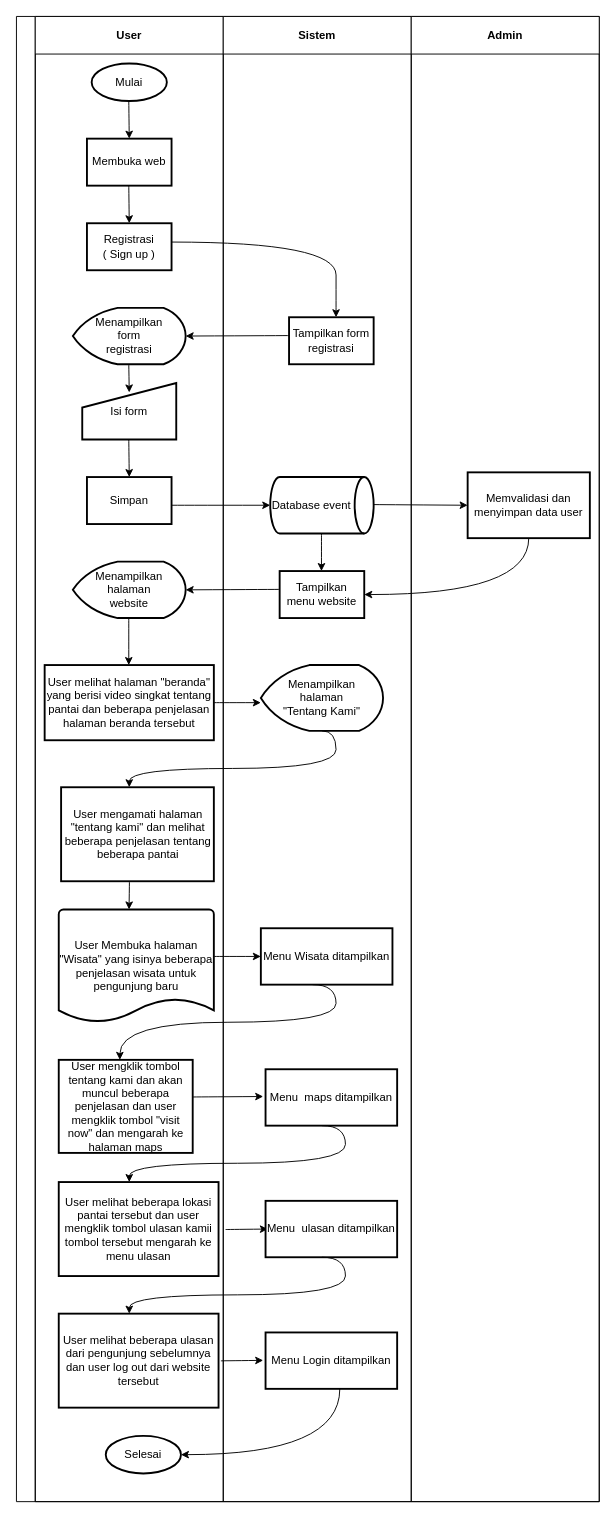
Before: page "Page-65" (2 of 64) of Untitled Diagram.drawio in Jeremia0910/SJSI, a draw.io diagram. Source tidied: cells renumbered, new cells numbered last; positions are measured from the earlier drawing's top-left corner, leaving out a move shared by most shapes. Both pictures are drawn from the tidied source at 94%, with x=0, y=0 at pixel (16, 16).
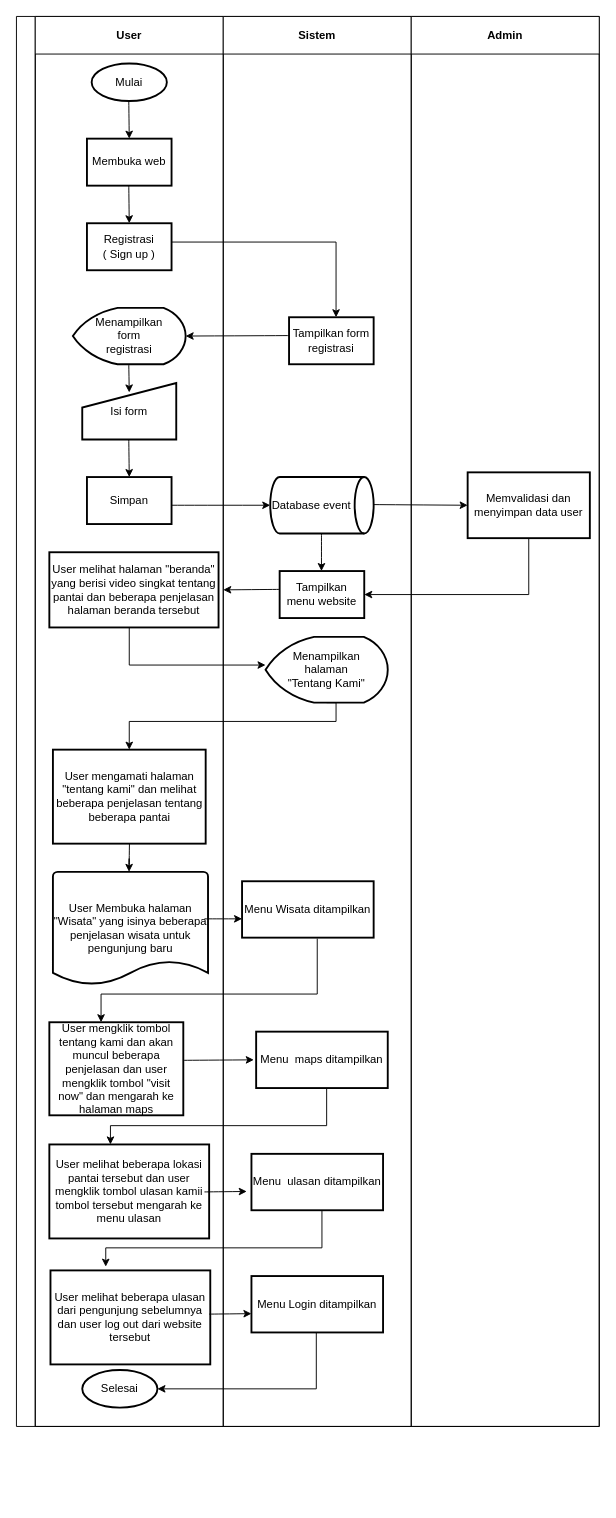
The same diagram, later.

The change refers to these unchanged cells:
```xml
<mxCell id="33" value="&lt;div&gt;Tampilkan &lt;br&gt;&lt;/div&gt;&lt;div&gt;menu website&lt;br&gt;&lt;/div&gt;" style="rounded=0;whiteSpace=wrap;html=1;absoluteArcSize=1;arcSize=0;strokeWidth=2;" parent="27" vertex="1">
  <mxGeometry x="60" y="590" width="90" height="50" as="geometry" />
</mxCell>
```

Change to the diagram source:
```diff
@@
     <mxCell id="2" style="swimlane;startSize=20;horizontal=0;rounded=0;" parent="1" vertex="1">
-      <mxGeometry width="620" height="1580" as="geometry" />
+      <mxGeometry width="620" height="1500" as="geometry" />
     </mxCell>
     <mxCell id="3" value="User" style="swimlane;startSize=40;rounded=0;arcSize=3;" parent="2" vertex="1">
-      <mxGeometry x="20" width="200" height="1580" as="geometry" />
+      <mxGeometry x="20" width="200" height="1500" as="geometry" />
     </mxCell>
@@
     <mxCell id="14" style="elbow=horizontal;endArrow=classic;html=1;rounded=0;curved=1;" parent="3" edge="1">
       <mxGeometry relative="1" as="geometry">
         <mxPoint x="260" y="609.5" as="sourcePoint" />
-        <mxPoint x="160" y="610" as="targetPoint" />
+        <mxPoint x="200" y="610" as="targetPoint" />
       </mxGeometry>
     </mxCell>
-    <mxCell id="15" value="&lt;div&gt;Menampilkan&lt;/div&gt;&lt;div&gt;halaman&lt;/div&gt;&lt;div&gt;website&lt;br&gt;&lt;/div&gt;" style="strokeWidth=2;html=1;shape=mxgraph.flowchart.display;whiteSpace=wrap;rounded=0;" parent="3" vertex="1">
-      <mxGeometry x="40" y="580" width="120" height="60" as="geometry" />
-    </mxCell>
-    <mxCell id="16" style="elbow=horizontal;endArrow=classic;html=1;rounded=0;curved=1;" parent="3" edge="1">
-      <mxGeometry relative="1" as="geometry">
-        <mxPoint x="99.5" y="640" as="sourcePoint" />
-        <mxPoint x="99.5" y="690" as="targetPoint" />
-      </mxGeometry>
-    </mxCell>
     <mxCell id="17" value="User melihat halaman &quot;beranda&quot; yang berisi video singkat tentang pantai dan beberapa penjelasan halaman beranda tersebut" style="rounded=0;whiteSpace=wrap;html=1;absoluteArcSize=1;arcSize=0;strokeWidth=2;" parent="3" vertex="1">
-      <mxGeometry x="10" y="690" width="180" height="80" as="geometry" />
+      <mxGeometry x="15" y="570" width="180" height="80" as="geometry" />
     </mxCell>
     <mxCell id="18" value="User mengamati halaman &quot;tentang kami&quot; dan melihat beberapa penjelasan tentang beberapa pantai" style="rounded=0;whiteSpace=wrap;html=1;absoluteArcSize=1;arcSize=0;strokeWidth=2;" parent="3" vertex="1">
-      <mxGeometry x="27.5" y="820" width="162.5" height="100" as="geometry" />
+      <mxGeometry x="18.8" y="780" width="162.5" height="100" as="geometry" />
     </mxCell>
     <mxCell id="19" style="elbow=horizontal;endArrow=classic;html=1;rounded=0;curved=1;" parent="3" edge="1">
       <mxGeometry relative="1" as="geometry">
-        <mxPoint x="100.2" y="920" as="sourcePoint" />
-        <mxPoint x="99.8" y="950" as="targetPoint" />
+        <mxPoint x="100.2" y="880" as="sourcePoint" />
+        <mxPoint x="99.8" y="910" as="targetPoint" />
         <Array as="points">
-          <mxPoint x="99.8" y="950" />
+          <mxPoint x="99.8" y="910" />
+          <mxPoint x="100" y="890" />
         </Array>
       </mxGeometry>
     </mxCell>
     <mxCell id="20" value="User Membuka halaman &quot;Wisata&quot; yang isinya beberapa penjelasan wisata untuk pengunjung baru" style="strokeWidth=2;html=1;shape=mxgraph.flowchart.document2;whiteSpace=wrap;size=0.21;rounded=0;" parent="3" vertex="1">
-      <mxGeometry x="25" y="950" width="165" height="120" as="geometry" />
+      <mxGeometry x="18.8" y="910" width="165" height="120" as="geometry" />
     </mxCell>
     <mxCell id="21" value="User mengklik tombol tentang kami dan akan muncul beberapa penjelasan dan user mengklik tombol &quot;visit now&quot; dan mengarah ke halaman maps" style="rounded=0;whiteSpace=wrap;html=1;absoluteArcSize=1;arcSize=0;strokeWidth=2;" parent="3" vertex="1">
-      <mxGeometry x="25" y="1110" width="142.5" height="99" as="geometry" />
+      <mxGeometry x="15" y="1070" width="142.5" height="99" as="geometry" />
     </mxCell>
     <mxCell id="22" style="elbow=horizontal;endArrow=classic;html=1;rounded=0;curved=1;entryX=0;entryY=0.5;entryDx=0;entryDy=0;" parent="3" edge="1">
       <mxGeometry relative="1" as="geometry">
-        <mxPoint x="167.5" y="1149.5" as="sourcePoint" />
-        <mxPoint x="242.5" y="1149" as="targetPoint" />
+        <mxPoint x="157.5" y="1110.5" as="sourcePoint" />
+        <mxPoint x="232.5" y="1110" as="targetPoint" />
       </mxGeometry>
     </mxCell>
-    <mxCell id="23" style="elbow=horizontal;endArrow=classic;html=1;rounded=0;curved=1;" parent="3" edge="1">
-      <mxGeometry relative="1" as="geometry">
-        <mxPoint x="202.5" y="1290.5" as="sourcePoint" />
-        <mxPoint x="247.5" y="1290" as="targetPoint" />
-      </mxGeometry>
-    </mxCell>
     <mxCell id="24" value="User melihat beberapa lokasi pantai tersebut dan user mengklik tombol ulasan kamii tombol tersebut mengarah ke menu ulasan" style="rounded=0;whiteSpace=wrap;html=1;absoluteArcSize=1;arcSize=0;strokeWidth=2;" parent="3" vertex="1">
-      <mxGeometry x="25" y="1240" width="170" height="100" as="geometry" />
+      <mxGeometry x="15" y="1200" width="170" height="100" as="geometry" />
     </mxCell>
-    <mxCell id="25" style="elbow=horizontal;endArrow=classic;html=1;rounded=0;curved=1;" parent="3" edge="1">
-      <mxGeometry relative="1" as="geometry">
-        <mxPoint x="197.5" y="1430.2" as="sourcePoint" />
-        <mxPoint x="242.5" y="1429.7" as="targetPoint" />
-      </mxGeometry>
-    </mxCell>
     <mxCell id="26" value="User melihat beberapa ulasan dari pengunjung sebelumnya dan user log out dari website tersebut" style="rounded=0;whiteSpace=wrap;html=1;absoluteArcSize=1;arcSize=0;strokeWidth=2;" parent="3" vertex="1">
-      <mxGeometry x="25" y="1380" width="170" height="100" as="geometry" />
+      <mxGeometry x="16.2" y="1334" width="170" height="100" as="geometry" />
     </mxCell>
+    <mxCell id="52" style="elbow=horizontal;endArrow=classic;html=1;rounded=0;edgeStyle=orthogonalEdgeStyle;" parent="3" edge="1">
+      <mxGeometry relative="1" as="geometry">
+        <mxPoint x="100" y="650" as="sourcePoint" />
+        <mxPoint x="245" y="690" as="targetPoint" />
+        <Array as="points">
+          <mxPoint x="100" y="690" />
+          <mxPoint x="245" y="690" />
+        </Array>
+      </mxGeometry>
+    </mxCell>
+    <mxCell id="40" style="elbow=horizontal;endArrow=classic;html=1;rounded=0;edgeStyle=orthogonalEdgeStyle;" parent="3" edge="1">
+      <mxGeometry relative="1" as="geometry">
+        <mxPoint x="300" y="981" as="sourcePoint" />
+        <mxPoint x="70" y="1070" as="targetPoint" />
+        <Array as="points">
+          <mxPoint x="300" y="1040" />
+          <mxPoint x="70" y="1040" />
+        </Array>
+      </mxGeometry>
+    </mxCell>
+    <mxCell id="45" value="Selesai" style="strokeWidth=2;html=1;shape=mxgraph.flowchart.start_1;whiteSpace=wrap;rounded=0;" parent="3" vertex="1">
+      <mxGeometry x="50" y="1440" width="80" height="40" as="geometry" />
+    </mxCell>
     <mxCell id="27" value="Sistem" style="swimlane;startSize=40;rounded=0;arcSize=1;" parent="2" vertex="1">
-      <mxGeometry x="220" width="200" height="1580" as="geometry" />
+      <mxGeometry x="220" width="200" height="1500" as="geometry" />
     </mxCell>
-    <mxCell id="28" style="elbow=horizontal;endArrow=classic;html=1;rounded=0;edgeStyle=orthogonalEdgeStyle;curved=1;" parent="27" edge="1">
+    <mxCell id="28" style="elbow=horizontal;endArrow=classic;html=1;rounded=0;edgeStyle=orthogonalEdgeStyle;" parent="27" edge="1">
       <mxGeometry relative="1" as="geometry">
         <mxPoint x="-55" y="240" as="sourcePoint" />
         <mxPoint x="120" y="320" as="targetPoint" />
         <Array as="points">
           <mxPoint x="120" y="240" />
           <mxPoint x="120" y="310" />
         </Array>
       </mxGeometry>
     </mxCell>
@@
-    <mxCell id="35" style="elbow=horizontal;endArrow=classic;html=1;rounded=0;curved=1;" parent="27" edge="1">
-      <mxGeometry relative="1" as="geometry">
-        <mxPoint x="-10" y="730" as="sourcePoint" />
-        <mxPoint x="40" y="730" as="targetPoint" />
-      </mxGeometry>
-    </mxCell>
     <mxCell id="36" value="&lt;div&gt;Menampilkan&lt;/div&gt;&lt;div&gt;halaman&lt;/div&gt;&lt;div&gt;&quot;Tentang Kami&quot;&lt;br&gt;&lt;/div&gt;" style="strokeWidth=2;html=1;shape=mxgraph.flowchart.display;whiteSpace=wrap;rounded=0;" parent="27" vertex="1">
-      <mxGeometry x="40" y="690" width="130" height="70" as="geometry" />
+      <mxGeometry x="45" y="660" width="130" height="70" as="geometry" />
     </mxCell>
@@
     <mxCell id="38" style="elbow=horizontal;endArrow=classic;html=1;rounded=0;curved=1;" parent="27" edge="1">
       <mxGeometry relative="1" as="geometry">
-        <mxPoint x="-10" y="1000" as="sourcePoint" />
-        <mxPoint x="40" y="1000" as="targetPoint" />
+        <mxPoint x="-20" y="960" as="sourcePoint" />
+        <mxPoint x="20" y="960" as="targetPoint" />
       </mxGeometry>
     </mxCell>
     <mxCell id="39" value="Menu Wisata ditampilkan" style="rounded=0;whiteSpace=wrap;html=1;absoluteArcSize=1;arcSize=0;strokeWidth=2;" parent="27" vertex="1">
-      <mxGeometry x="40" y="970" width="140" height="60" as="geometry" />
+      <mxGeometry x="20" y="920" width="140" height="60" as="geometry" />
     </mxCell>
-    <mxCell id="40" style="elbow=horizontal;endArrow=classic;html=1;rounded=0;edgeStyle=orthogonalEdgeStyle;curved=1;exitX=0.5;exitY=1;exitDx=0;exitDy=0;exitPerimeter=0;" parent="27" edge="1">
-      <mxGeometry relative="1" as="geometry">
-        <mxPoint x="95" y="1030" as="sourcePoint" />
-        <mxPoint x="-110" y="1110" as="targetPoint" />
-        <Array as="points">
-          <mxPoint x="120" y="1030" />
-          <mxPoint x="120" y="1070" />
-          <mxPoint x="-110" y="1070" />
-        </Array>
-      </mxGeometry>
-    </mxCell>
     <mxCell id="41" value="Menu&amp;nbsp; maps ditampilkan" style="rounded=0;whiteSpace=wrap;html=1;absoluteArcSize=1;arcSize=0;strokeWidth=2;" parent="27" vertex="1">
-      <mxGeometry x="45" y="1120" width="140" height="60" as="geometry" />
+      <mxGeometry x="35" y="1080" width="140" height="60" as="geometry" />
     </mxCell>
-    <mxCell id="42" style="elbow=horizontal;endArrow=classic;html=1;rounded=0;edgeStyle=orthogonalEdgeStyle;curved=1;exitX=0.5;exitY=1;exitDx=0;exitDy=0;exitPerimeter=0;" parent="27" edge="1">
+    <mxCell id="42" style="elbow=horizontal;endArrow=classic;html=1;rounded=0;edgeStyle=orthogonalEdgeStyle;" parent="27" edge="1">
       <mxGeometry relative="1" as="geometry">
-        <mxPoint x="105" y="1180" as="sourcePoint" />
-        <mxPoint x="-100" y="1240" as="targetPoint" />
+        <mxPoint x="110" y="1140" as="sourcePoint" />
+        <mxPoint x="-120" y="1200" as="targetPoint" />
         <Array as="points">
-          <mxPoint x="130" y="1180" />
-          <mxPoint x="130" y="1220" />
-          <mxPoint x="-100" y="1220" />
+          <mxPoint x="110" y="1140" />
+          <mxPoint x="110" y="1180" />
+          <mxPoint x="-120" y="1180" />
         </Array>
       </mxGeometry>
     </mxCell>
     <mxCell id="43" value="Menu&amp;nbsp; ulasan ditampilkan" style="rounded=0;whiteSpace=wrap;html=1;absoluteArcSize=1;arcSize=0;strokeWidth=2;" parent="27" vertex="1">
-      <mxGeometry x="45" y="1260" width="140" height="60" as="geometry" />
+      <mxGeometry x="30" y="1210" width="140" height="60" as="geometry" />
     </mxCell>
-    <mxCell id="44" style="elbow=horizontal;endArrow=classic;html=1;rounded=0;edgeStyle=orthogonalEdgeStyle;curved=1;exitX=0.5;exitY=1;exitDx=0;exitDy=0;exitPerimeter=0;" parent="27" edge="1">
+    <mxCell id="44" style="elbow=horizontal;endArrow=classic;html=1;rounded=0;edgeStyle=orthogonalEdgeStyle;" parent="27" edge="1">
       <mxGeometry relative="1" as="geometry">
-        <mxPoint x="105" y="1320" as="sourcePoint" />
-        <mxPoint x="-100" y="1380" as="targetPoint" />
+        <mxPoint x="105" y="1270" as="sourcePoint" />
+        <mxPoint x="-125" y="1330" as="targetPoint" />
         <Array as="points">
-          <mxPoint x="130" y="1320" />
-          <mxPoint x="130" y="1360" />
-          <mxPoint x="-100" y="1360" />
+          <mxPoint x="105" y="1270" />
+          <mxPoint x="105" y="1310" />
+          <mxPoint x="-125" y="1310" />
         </Array>
       </mxGeometry>
     </mxCell>
-    <mxCell id="45" value="Selesai" style="strokeWidth=2;html=1;shape=mxgraph.flowchart.start_1;whiteSpace=wrap;rounded=0;" parent="27" vertex="1">
-      <mxGeometry x="-125" y="1510" width="80" height="40" as="geometry" />
-    </mxCell>
     <mxCell id="46" value="Menu Login ditampilkan" style="rounded=0;whiteSpace=wrap;html=1;absoluteArcSize=1;arcSize=0;strokeWidth=2;" parent="27" vertex="1">
-      <mxGeometry x="45" y="1400" width="140" height="60" as="geometry" />
+      <mxGeometry x="30" y="1340" width="140" height="60" as="geometry" />
     </mxCell>
-    <mxCell id="47" style="elbow=horizontal;endArrow=classic;html=1;rounded=0;edgeStyle=orthogonalEdgeStyle;curved=1;" parent="27" edge="1">
+    <mxCell id="47" style="elbow=horizontal;endArrow=classic;html=1;rounded=0;edgeStyle=orthogonalEdgeStyle;" parent="27" edge="1">
       <mxGeometry relative="1" as="geometry">
-        <mxPoint x="124" y="1460" as="sourcePoint" />
-        <mxPoint x="-45" y="1530" as="targetPoint" />
+        <mxPoint x="99" y="1400" as="sourcePoint" />
+        <mxPoint x="-70" y="1460" as="targetPoint" />
         <Array as="points">
-          <mxPoint x="124" y="1530" />
-          <mxPoint x="-45" y="1530" />
+          <mxPoint x="99" y="1460" />
+          <mxPoint x="-70" y="1460" />
         </Array>
       </mxGeometry>
     </mxCell>
+    <mxCell id="23" style="elbow=horizontal;endArrow=classic;html=1;rounded=0;curved=1;" parent="27" edge="1">
+      <mxGeometry relative="1" as="geometry">
+        <mxPoint x="-20" y="1250.5" as="sourcePoint" />
+        <mxPoint x="25" y="1250" as="targetPoint" />
+      </mxGeometry>
+    </mxCell>
+    <mxCell id="25" style="elbow=horizontal;endArrow=classic;html=1;rounded=0;curved=1;" parent="27" edge="1">
+      <mxGeometry relative="1" as="geometry">
+        <mxPoint x="-15" y="1380.5" as="sourcePoint" />
+        <mxPoint x="30" y="1380" as="targetPoint" />
+      </mxGeometry>
+    </mxCell>
     <mxCell id="48" value="Admin" style="swimlane;startSize=40;rounded=0;arcSize=3;" parent="2" vertex="1">
-      <mxGeometry x="420" width="200" height="1580" as="geometry" />
+      <mxGeometry x="420" width="200" height="1500" as="geometry" />
     </mxCell>
@@
-    <mxCell id="50" style="elbow=horizontal;endArrow=classic;html=1;rounded=0;edgeStyle=orthogonalEdgeStyle;entryX=1;entryY=0.5;entryDx=0;entryDy=0;curved=1;" parent="48" edge="1" target="33">
+    <mxCell id="50" style="elbow=horizontal;endArrow=classic;html=1;rounded=0;edgeStyle=orthogonalEdgeStyle;entryX=1;entryY=0.5;entryDx=0;entryDy=0;" parent="48" edge="1" target="33">
       <mxGeometry relative="1" as="geometry">
         <mxPoint x="125" y="555" as="sourcePoint" />
         <Array as="points">
           <mxPoint x="125" y="615" />
         </Array>
       </mxGeometry>
     </mxCell>
-    <mxCell id="51" style="elbow=horizontal;endArrow=classic;html=1;rounded=0;edgeStyle=orthogonalEdgeStyle;curved=1;exitX=0.5;exitY=1;exitDx=0;exitDy=0;exitPerimeter=0;" parent="48" edge="1" source="36">
+    <mxCell id="51" style="elbow=horizontal;endArrow=classic;html=1;rounded=0;edgeStyle=orthogonalEdgeStyle;exitX=0.5;exitY=1;exitDx=0;exitDy=0;exitPerimeter=0;" parent="48" edge="1" source="36">
       <mxGeometry relative="1" as="geometry">
-        <mxPoint x="-300" y="820" as="targetPoint" />
+        <mxPoint x="-300" y="780" as="targetPoint" />
         <Array as="points">
-          <mxPoint x="-80" y="760" />
-          <mxPoint x="-80" y="800" />
-          <mxPoint x="-300" y="800" />
+          <mxPoint x="-80" y="730" />
+          <mxPoint x="-80" y="750" />
+          <mxPoint x="-300" y="750" />
         </Array>
       </mxGeometry>
     </mxCell>
```
